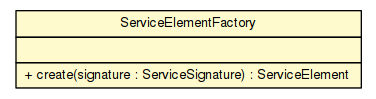
sorcersoft/sorcersoft.github.io keeps this Graphviz diagram as apidocs/sorcer/core/deploy/ServiceElementFactory.png. Above is the earlier version. Its source is kept beside it as apidocs/sorcer/core/deploy/ServiceElementFactory.dot.
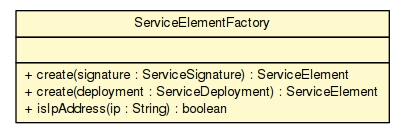
Later version of the same file.

Diff of the diagram source:
```diff
@@ -4,7 +4,7 @@
 	node [fontname="Helvetica",fontsize=10,shape=plaintext];
 	nodesep=0.25;
 	ranksep=0.5;
-	c474075 [label=<<table title="sorcer.core.deploy.ServiceElementFactory" border="0" cellborder="1" cellspacing="0" cellpadding="2" port="p" bgcolor="lemonChiffon" href="./ServiceElementFactory.html">
+	c506607 [label=<<table title="sorcer.core.deploy.ServiceElementFactory" border="0" cellborder="1" cellspacing="0" cellpadding="2" port="p" bgcolor="lemonChiffon" href="./ServiceElementFactory.html">
 		<tr><td><table border="0" cellspacing="0" cellpadding="1">
 <tr><td align="center" balign="center"> ServiceElementFactory </td></tr>
 		</table></td></tr>
@@ -13,6 +13,8 @@
 		</table></td></tr>
 		<tr><td><table border="0" cellspacing="0" cellpadding="1">
 <tr><td align="left" balign="left"> + create(signature : ServiceSignature) : ServiceElement </td></tr>
+<tr><td align="left" balign="left"> + create(deployment : ServiceDeployment) : ServiceElement </td></tr>
+<tr><td align="left" balign="left"> + isIpAddress(ip : String) : boolean </td></tr>
 		</table></td></tr>
 		</table>>, URL="./ServiceElementFactory.html", fontname="Helvetica", fontcolor="black", fontsize=10.0];
 }
```
